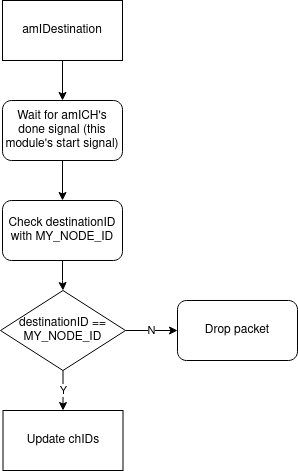
The draw.io diagram Flowchart/EER-RL-Hardware-Block-Flowcharts-CostEval-amIDestination.drawio.png in kendeloslado/EER-RL-HM, before a commit. Source tidied: cells renumbered, new cells last; positions are measured from the earlier drawing's top-left corner, leaving out a move shared by most shapes. Its diagram source:
```xml
<mxGraphModel>
  <root>
    <mxCell id="0" />
    <mxCell id="1" parent="0" />
    <mxCell id="2" style="edgeStyle=orthogonalEdgeStyle;rounded=0;jettySize=auto;html=1;entryX=0.5;entryY=0;entryDx=0;entryDy=0;" parent="1" edge="1" source="3" target="5">
      <mxGeometry relative="1" as="geometry" />
    </mxCell>
    <mxCell id="3" value="amIDestination" style="rounded=0;whiteSpace=wrap;html=1;" parent="1" vertex="1">
      <mxGeometry x="2" width="120" height="60" as="geometry" />
    </mxCell>
    <mxCell id="4" style="edgeStyle=orthogonalEdgeStyle;rounded=0;jettySize=auto;html=1;" parent="1" edge="1" source="5" target="7">
      <mxGeometry relative="1" as="geometry" />
    </mxCell>
    <mxCell id="5" value="Wait for amICH's done signal (this module's start signal)" style="rounded=1;whiteSpace=wrap;html=1;" parent="1" vertex="1">
      <mxGeometry x="2" y="100" width="120" height="60" as="geometry" />
    </mxCell>
    <mxCell id="6" style="edgeStyle=orthogonalEdgeStyle;rounded=0;jettySize=auto;html=1;" parent="1" edge="1" source="7" target="10">
      <mxGeometry relative="1" as="geometry" />
    </mxCell>
    <mxCell id="7" value="Check destinationID with MY_NODE_ID" style="rounded=1;whiteSpace=wrap;html=1;" parent="1" vertex="1">
      <mxGeometry x="2" y="200" width="120" height="60" as="geometry" />
    </mxCell>
    <mxCell id="8" value="N" style="edgeStyle=orthogonalEdgeStyle;rounded=0;jettySize=auto;html=1;" parent="1" edge="1" source="10" target="11">
      <mxGeometry relative="1" as="geometry" />
    </mxCell>
    <mxCell id="9" value="Y" style="edgeStyle=orthogonalEdgeStyle;rounded=0;jettySize=auto;html=1;entryX=0.5;entryY=0;entryDx=0;entryDy=0;" parent="1" edge="1" source="10" target="12">
      <mxGeometry relative="1" as="geometry" />
    </mxCell>
    <mxCell id="10" value="&lt;div&gt;destinationID ==&lt;/div&gt;&lt;div&gt;MY_NODE_ID&lt;br&gt;&lt;/div&gt;" style="rhombus;whiteSpace=wrap;html=1;" parent="1" vertex="1">
      <mxGeometry y="290" width="125" height="80" as="geometry" />
    </mxCell>
    <mxCell id="11" value="Drop packet" style="rounded=1;whiteSpace=wrap;html=1;" parent="1" vertex="1">
      <mxGeometry x="177" y="300" width="120" height="60" as="geometry" />
    </mxCell>
    <mxCell id="12" value="Update chIDs" style="rounded=0;whiteSpace=wrap;html=1;" parent="1" vertex="1">
      <mxGeometry x="2.5" y="410" width="120" height="60" as="geometry" />
    </mxCell>
  </root>
</mxGraphModel>
```
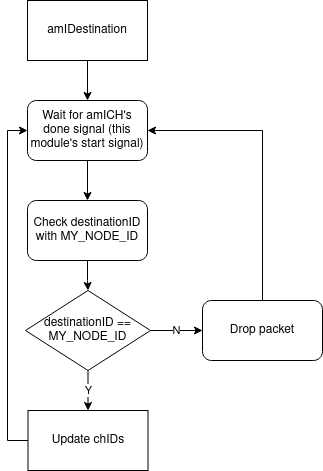
After the commit.

The edit, as a diff of the source:
```diff
@@ -29,9 +29,15 @@
     <mxCell id="10" value="&lt;div&gt;destinationID ==&lt;/div&gt;&lt;div&gt;MY_NODE_ID&lt;br&gt;&lt;/div&gt;" style="rhombus;whiteSpace=wrap;html=1;" parent="1" vertex="1">
       <mxGeometry y="290" width="125" height="80" as="geometry" />
     </mxCell>
+    <mxCell id="13" style="edgeStyle=orthogonalEdgeStyle;rounded=0;jettySize=auto;html=1;entryX=1;entryY=0.5;entryDx=0;entryDy=0;exitX=0.5;exitY=0;exitDx=0;exitDy=0;" parent="1" edge="1" source="11" target="5">
+      <mxGeometry relative="1" as="geometry" />
+    </mxCell>
     <mxCell id="11" value="Drop packet" style="rounded=1;whiteSpace=wrap;html=1;" parent="1" vertex="1">
       <mxGeometry x="177" y="300" width="120" height="60" as="geometry" />
     </mxCell>
+    <mxCell id="14" style="edgeStyle=orthogonalEdgeStyle;rounded=0;jettySize=auto;html=1;entryX=0;entryY=0.5;entryDx=0;entryDy=0;exitX=0;exitY=0.5;exitDx=0;exitDy=0;" parent="1" edge="1" source="12" target="5">
+      <mxGeometry relative="1" as="geometry" />
+    </mxCell>
     <mxCell id="12" value="Update chIDs" style="rounded=0;whiteSpace=wrap;html=1;" parent="1" vertex="1">
       <mxGeometry x="2.5" y="410" width="120" height="60" as="geometry" />
     </mxCell>
```
